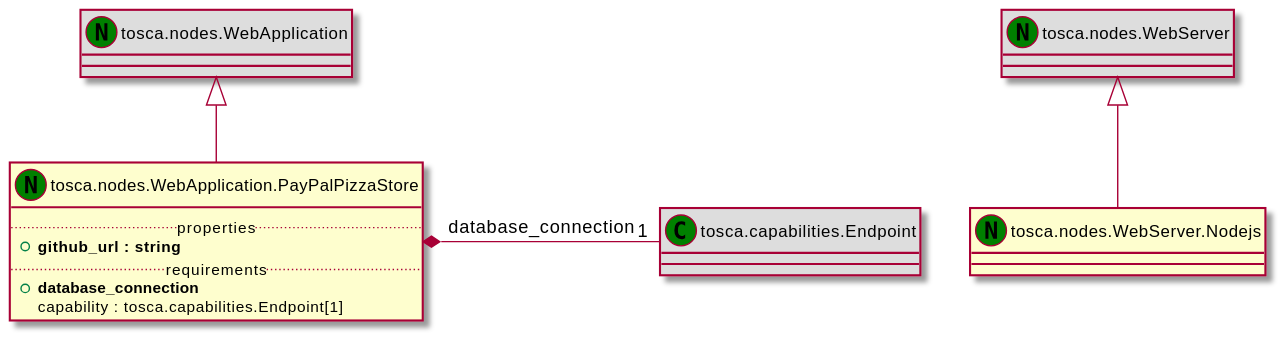
This is examples/ariatosca/diagrams/uml2/paypalpizzastore_nodejs_app-uml2-class-diagram.svg from Orange-OpenSource/Cloudnet-TOSCA-toolbox, a PlantUML export, as it was before one commit.
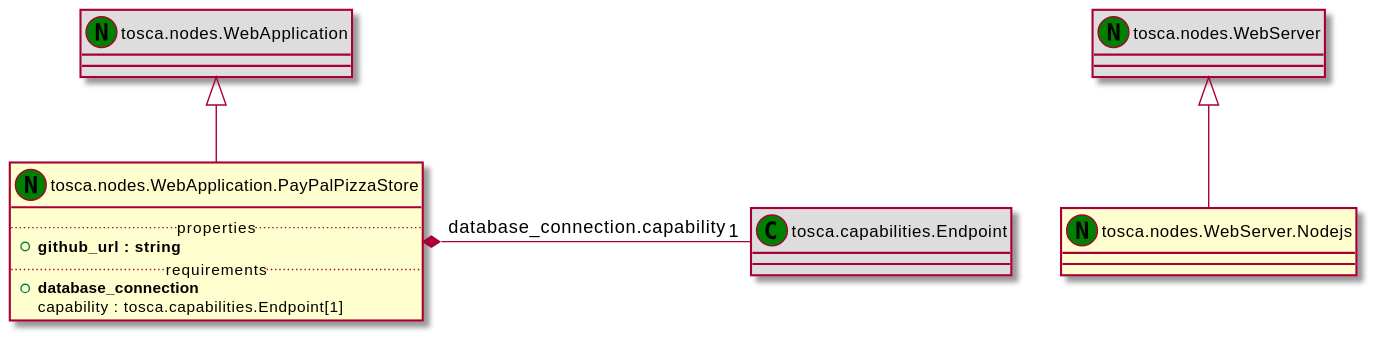
After the commit.

Change to the diagram source:
```diff
@@ -1,18 +1,18 @@
 @startuml
 set namespaceSeparator none
-class "tosca.nodes.WebApplication" << (N,green) >> #DDDDDD
-"tosca.nodes.WebApplication" <|-- "tosca.nodes.WebApplication.PayPalPizzaStore"
-class "tosca.nodes.WebApplication.PayPalPizzaStore" << (N,green) >> {
+class "tosca.nodes.WebApplication" as tosca_nodes_WebApplication_NT << (N,green) >> #DDDDDD
+class "tosca.nodes.WebApplication.PayPalPizzaStore" as tosca_nodes_WebApplication_PayPalPizzaStore_NT << (N,green) >> {
 .. properties ..
 +<b>github_url : string
 .. requirements ..
 +<b>database_connection
  capability : tosca.capabilities.Endpoint[1]
 }
-class "tosca.capabilities.Endpoint" << (C,green) >> #DDDDDD
-"tosca.nodes.WebApplication.PayPalPizzaStore" *- "1" "tosca.capabilities.Endpoint" : database_connection
-class "tosca.nodes.WebServer" << (N,green) >> #DDDDDD
-"tosca.nodes.WebServer" <|-- "tosca.nodes.WebServer.Nodejs"
-class "tosca.nodes.WebServer.Nodejs" << (N,green) >> {
+class "tosca.capabilities.Endpoint" as tosca_capabilities_Endpoint_CT << (C,green) >> #DDDDDD
+class "tosca.nodes.WebServer" as tosca_nodes_WebServer_NT << (N,green) >> #DDDDDD
+class "tosca.nodes.WebServer.Nodejs" as tosca_nodes_WebServer_Nodejs_NT << (N,green) >> {
 }
+tosca_nodes_WebApplication_NT <|-- tosca_nodes_WebApplication_PayPalPizzaStore_NT
+tosca_nodes_WebApplication_PayPalPizzaStore_NT *- "1" tosca_capabilities_Endpoint_CT : database_connection.capability
+tosca_nodes_WebServer_NT <|-- tosca_nodes_WebServer_Nodejs_NT
 @enduml
```
